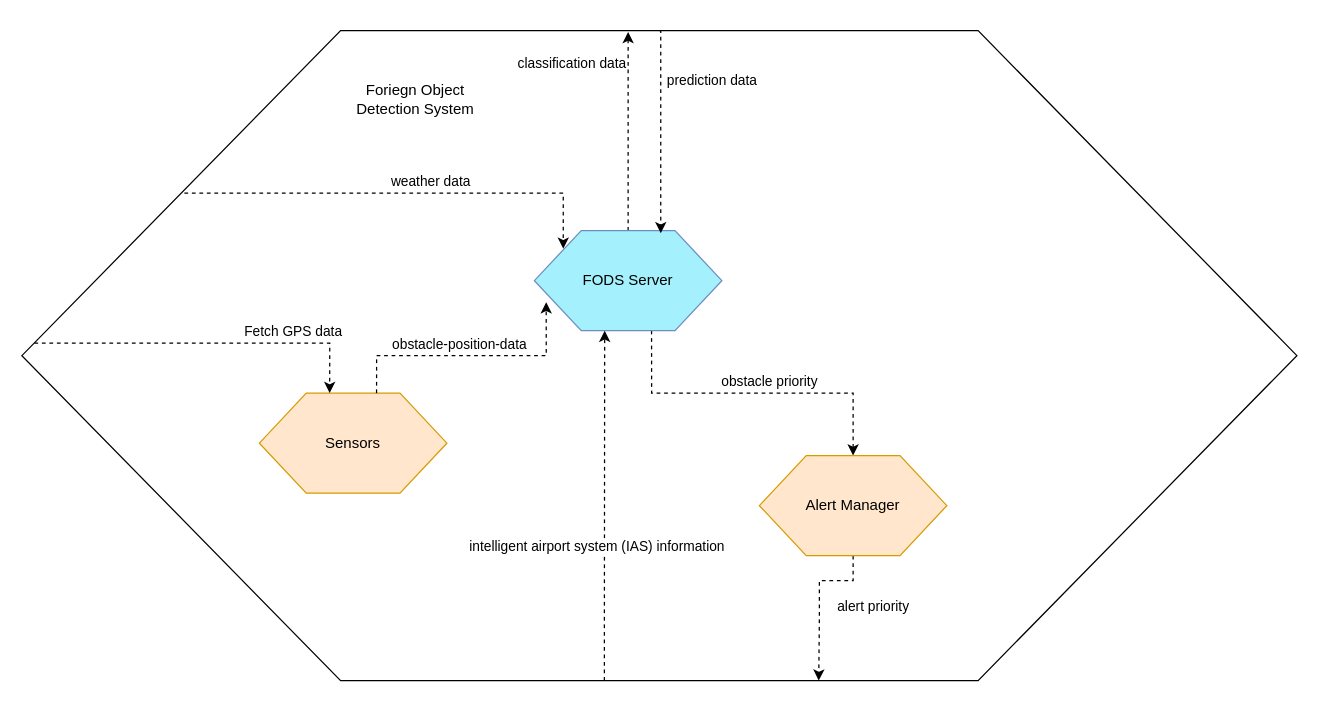
varuneranki/MBSE keeps this draw.io diagram as active_str.drawio. Above is the earlier version. Source tidied: cells renumbered, new cells numbered last; positions are measured from the earlier drawing's top-left corner, leaving out a move shared by most shapes. Both pictures are drawn from the tidied source at 125%, with x=0, y=0 at pixel (21, 30).
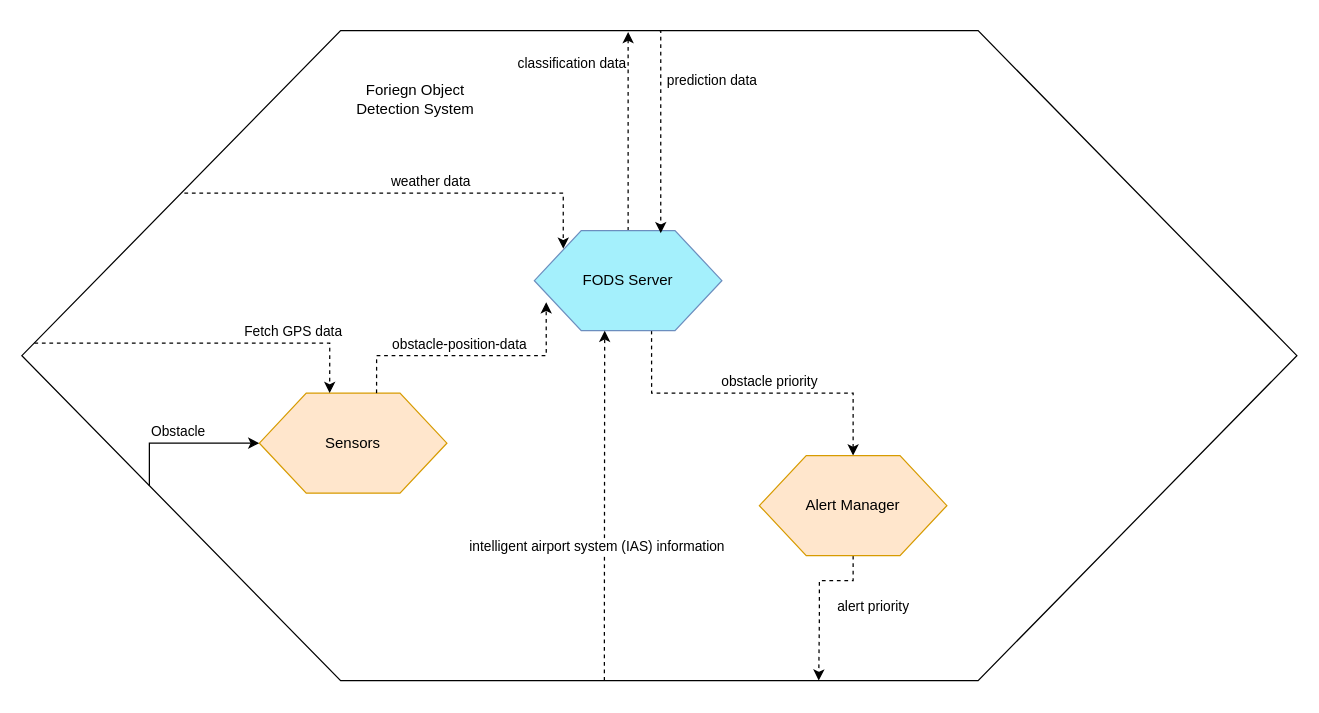
The same diagram, later.

Unchanged cells that the change refers to:
```xml
<mxCell id="2" style="shape=hexagon;perimeter=hexagonPerimeter2;whiteSpace=wrap;html=1;size=0.25;fillColor=#FFFFFF;fontColor=#000000;strokeColor=#000000;" parent="1" vertex="1">
  <mxGeometry width="1020" height="520" as="geometry" />
</mxCell>
<mxCell id="9" value="Sensors" style="shape=hexagon;perimeter=hexagonPerimeter2;whiteSpace=wrap;html=1;size=0.25;fillColor=#ffe6cc;strokeColor=#d79b00;fontColor=#000000;" parent="1" vertex="1">
  <mxGeometry x="190" y="290" width="150" height="80" as="geometry" />
</mxCell>
```

The edit, as a diff of the source:
```diff
@@
+    <mxCell id="23" style="edgeStyle=orthogonalEdgeStyle;rounded=0;jettySize=auto;html=1;entryX=0;entryY=0.75;entryDx=0;entryDy=0;startArrow=classic;startFill=1;endArrow=none;endFill=0;" parent="1" edge="1" source="9" target="2">
+      <mxGeometry relative="1" as="geometry">
+        <Array as="points">
+          <mxPoint x="102" y="330" />
+        </Array>
+      </mxGeometry>
+    </mxCell>
+    <mxCell id="24" value="Obstacle" style="edgeLabel;html=1;align=center;verticalAlign=middle;" parent="23" vertex="1">
+      <mxGeometry x="0.08" y="-2" relative="1" as="geometry">
+        <mxPoint y="-8" as="offset" />
+      </mxGeometry>
+    </mxCell>
```
